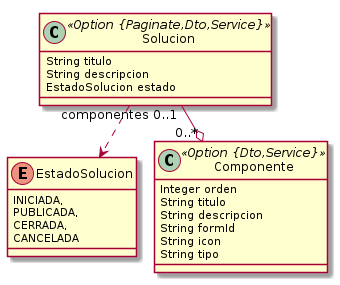
danimaniarqsoft/arche keeps this PlantUML diagram as solucion.png. Above is the earlier version.
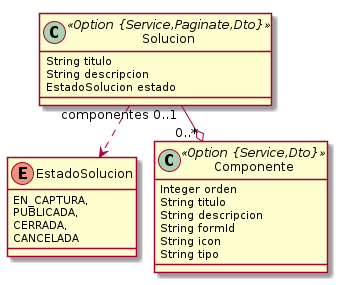
Above is the later version.

Diff of the diagram source:
```diff
@@ -1,19 +1,19 @@
 @startuml
 	!pragma layout smetana
 	!pragma syntax class
-	class Solucion <<Option {Paginate,Dto,Service}>> {
+	class Solucion <<Option {Service,Paginate,Dto}>> {
 		String titulo
 		String descripcion
 		EstadoSolucion estado
 	}
 	Solucion ..> EstadoSolucion
 	enum EstadoSolucion {
-		INICIADA,
+		EN_CAPTURA,
 		PUBLICADA,
 		CERRADA,
 		CANCELADA
 	}
-	class Componente <<Option {Dto,Service}>> {
+	class Componente <<Option {Service,Dto}>> {
 		Integer orden
 		String titulo
 		String descripcion
```
